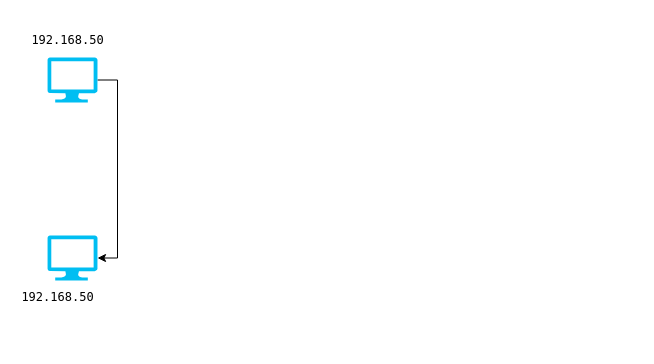
engr3os/naija_food keeps this draw.io diagram as recon.drawio. Above is the earlier version. Source tidied: cells renumbered, new cells numbered last; positions are measured from the earlier drawing's top-left corner, leaving out a move shared by most shapes. Both pictures are drawn from the tidied source at 100%, with x=0, y=0 at pixel (17, 30).
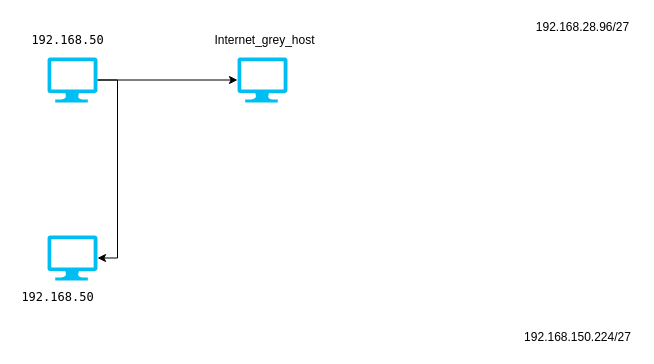
The same diagram, later.

The edit, as a diff of the source:
```diff
@@
 <mxGraphModel>
   <root>
     <mxCell id="0" />
     <mxCell id="1" parent="0" />
     <mxCell id="2" style="edgeStyle=orthogonalEdgeStyle;rounded=0;jettySize=auto;html=1;exitX=1;exitY=0.5;exitDx=0;exitDy=0;exitPerimeter=0;entryX=1;entryY=0.5;entryDx=0;entryDy=0;entryPerimeter=0;" parent="1" edge="1" source="3" target="4">
       <mxGeometry relative="1" as="geometry" />
     </mxCell>
+    <mxCell id="7" style="edgeStyle=orthogonalEdgeStyle;rounded=0;jettySize=auto;html=1;" parent="1" edge="1" source="3" target="10">
+      <mxGeometry relative="1" as="geometry" />
+    </mxCell>
     <mxCell id="3" style="verticalLabelPosition=bottom;html=1;verticalAlign=top;align=center;strokeColor=none;fillColor=#00BEF2;shape=mxgraph.azure.computer;" parent="1" vertex="1">
       <mxGeometry x="30" y="27" width="50" height="45" as="geometry" />
     </mxCell>
     <mxCell id="4" style="verticalLabelPosition=bottom;html=1;verticalAlign=top;align=center;strokeColor=none;fillColor=#00BEF2;shape=mxgraph.azure.computer;" parent="1" vertex="1">
       <mxGeometry x="30" y="205" width="50" height="45" as="geometry" />
     </mxCell>
     <mxCell id="5" value="&lt;font face=&quot;Lucida Console&quot;&gt;192.168.50&lt;/font&gt;" style="text;html=1;align=center;verticalAlign=middle;fillColor=none;strokeColor=none;rounded=0;" parent="1" vertex="1">
       <mxGeometry x="10" width="80" height="20" as="geometry" />
     </mxCell>
     <mxCell id="6" value="&lt;font face=&quot;Lucida Console&quot;&gt;192.168.50&lt;/font&gt;" style="text;html=1;align=center;verticalAlign=middle;fillColor=none;strokeColor=none;rounded=0;" parent="1" vertex="1">
       <mxGeometry y="257" width="80" height="20" as="geometry" />
     </mxCell>
+    <mxCell id="8" value="&lt;div&gt;192.168.28.96/27&lt;/div&gt;" style="text;html=1;align=center;verticalAlign=middle;fillColor=none;strokeColor=none;rounded=0;" parent="1" vertex="1">
+      <mxGeometry x="510" y="-13" width="110" height="20" as="geometry" />
+    </mxCell>
+    <mxCell id="9" value="&lt;div&gt;192.168.150.224/27&lt;/div&gt;" style="text;html=1;align=center;verticalAlign=middle;fillColor=none;strokeColor=none;rounded=0;" parent="1" vertex="1">
+      <mxGeometry x="500" y="297" width="120" height="20" as="geometry" />
+    </mxCell>
+    <mxCell id="10" style="verticalLabelPosition=bottom;html=1;verticalAlign=top;align=center;strokeColor=none;fillColor=#00BEF2;shape=mxgraph.azure.computer;" parent="1" vertex="1">
+      <mxGeometry x="220" y="27" width="50" height="45" as="geometry" />
+    </mxCell>
+    <mxCell id="11" value="Internet_grey_host" style="text;html=1;align=center;verticalAlign=middle;fillColor=none;strokeColor=none;rounded=0;" parent="1" vertex="1">
+      <mxGeometry x="192" width="110" height="20" as="geometry" />
+    </mxCell>
   </root>
 </mxGraphModel>
```
